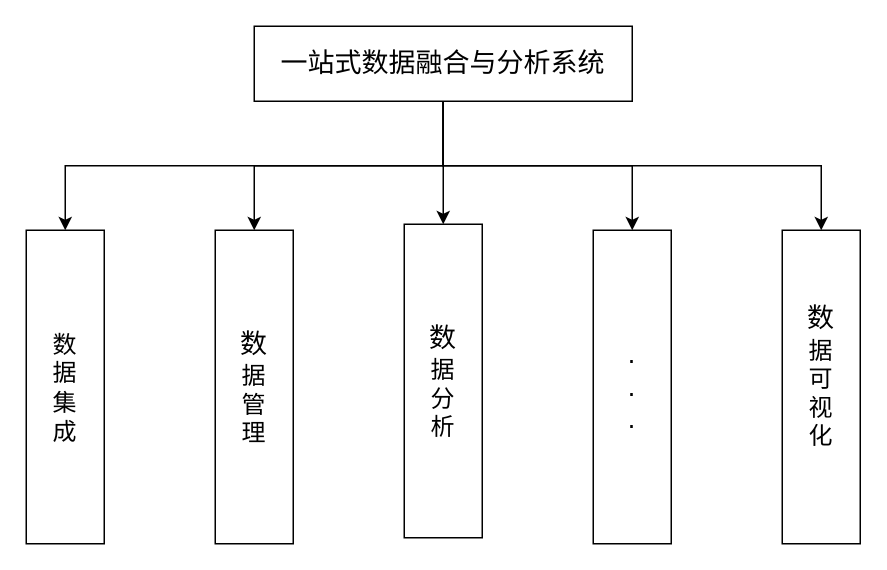
Earlier version of the draw.io diagram 一站式.drawio (nianqingdeguowang/python). Source tidied: cells renumbered, new cells numbered last; positions are measured from the earlier drawing's top-left corner, leaving out a move shared by most shapes. Both pictures are drawn from the tidied source at 150%, with x=0, y=0 at pixel (26, 26).
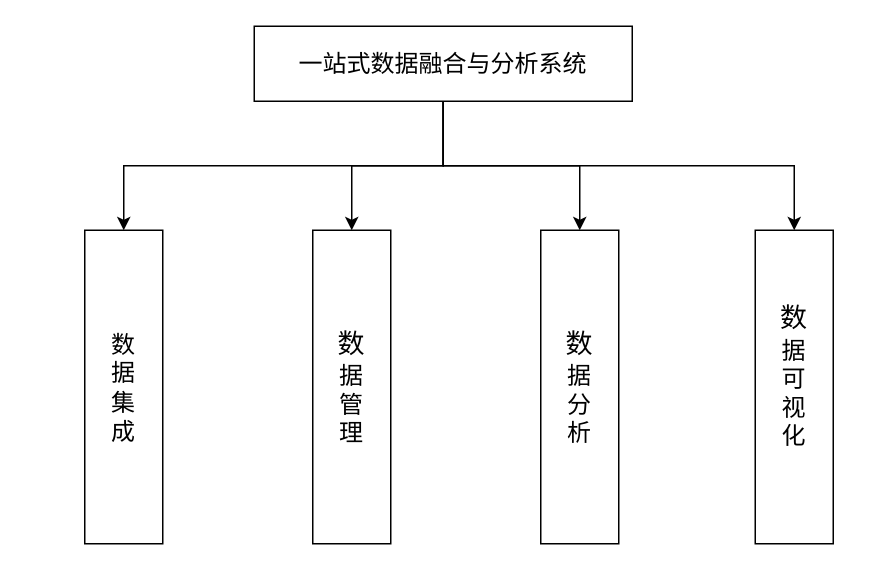
After the change.

Commit message:
更新一站式.drawio

Change to the diagram source:
```diff
@@
 <mxGraphModel>
   <root>
     <mxCell id="0" />
     <mxCell id="1" parent="0" />
     <mxCell id="2" style="edgeStyle=orthogonalEdgeStyle;rounded=0;jettySize=auto;html=1;exitX=0.5;exitY=1;exitDx=0;exitDy=0;" parent="1" edge="1" source="7" target="8">
       <mxGeometry relative="1" as="geometry" />
     </mxCell>
     <mxCell id="3" style="edgeStyle=orthogonalEdgeStyle;rounded=0;jettySize=auto;html=1;exitX=0.5;exitY=1;exitDx=0;exitDy=0;entryX=0.5;entryY=0;entryDx=0;entryDy=0;" parent="1" edge="1" source="7" target="10">
       <mxGeometry relative="1" as="geometry" />
     </mxCell>
     <mxCell id="4" style="edgeStyle=orthogonalEdgeStyle;rounded=0;jettySize=auto;html=1;exitX=0.5;exitY=1;exitDx=0;exitDy=0;" parent="1" edge="1" source="7" target="9">
       <mxGeometry relative="1" as="geometry" />
     </mxCell>
-    <mxCell id="5" style="edgeStyle=orthogonalEdgeStyle;rounded=0;jettySize=auto;html=1;exitX=0.5;exitY=1;exitDx=0;exitDy=0;entryX=0.5;entryY=0;entryDx=0;entryDy=0;" parent="1" edge="1" source="7" target="11">
-      <mxGeometry relative="1" as="geometry" />
-    </mxCell>
     <mxCell id="6" style="edgeStyle=orthogonalEdgeStyle;rounded=0;jettySize=auto;html=1;exitX=0.5;exitY=1;exitDx=0;exitDy=0;" parent="1" edge="1" source="7" target="12">
       <mxGeometry relative="1" as="geometry" />
     </mxCell>
-    <mxCell id="7" value="&lt;font style=&quot;font-size: 18px;&quot;&gt;一站式数据融合与分析系统&lt;/font&gt;" style="rounded=0;whiteSpace=wrap;html=1;" parent="1" vertex="1">
+    <mxCell id="7" value="&lt;font style=&quot;font-size: 16px;&quot;&gt;一站式数据融合与分析系统&lt;/font&gt;" style="rounded=0;whiteSpace=wrap;html=1;" parent="1" vertex="1">
       <mxGeometry x="152" width="252" height="50" as="geometry" />
     </mxCell>
     <mxCell id="8" value="&lt;font style=&quot;font-size: 16px;&quot;&gt;数&lt;br&gt;据&lt;br&gt;集&lt;br&gt;成&lt;/font&gt;" style="rounded=0;whiteSpace=wrap;html=1;" parent="1" vertex="1">
-      <mxGeometry y="136" width="52" height="209" as="geometry" />
+      <mxGeometry x="39" y="136" width="52" height="209" as="geometry" />
     </mxCell>
     <mxCell id="9" value="&lt;font style=&quot;&quot;&gt;&lt;span style=&quot;font-size: 18px;&quot;&gt;数&lt;/span&gt;&lt;br style=&quot;border-color: var(--border-color); font-size: 16px;&quot;&gt;&lt;span style=&quot;font-size: 16px;&quot;&gt;据&lt;/span&gt;&lt;br style=&quot;border-color: var(--border-color); font-size: 16px;&quot;&gt;&lt;span style=&quot;font-size: 16px;&quot;&gt;管&lt;/span&gt;&lt;br style=&quot;border-color: var(--border-color); font-size: 16px;&quot;&gt;&lt;span style=&quot;font-size: 16px;&quot;&gt;理&lt;/span&gt;&lt;br&gt;&lt;/font&gt;" style="rounded=0;whiteSpace=wrap;html=1;" parent="1" vertex="1">
-      <mxGeometry x="126" y="136" width="52" height="209" as="geometry" />
+      <mxGeometry x="191" y="136" width="52" height="209" as="geometry" />
     </mxCell>
     <mxCell id="10" value="&lt;font style=&quot;&quot;&gt;&lt;span style=&quot;font-size: 18px;&quot;&gt;数&lt;/span&gt;&lt;br style=&quot;border-color: var(--border-color); font-size: 16px;&quot;&gt;&lt;span style=&quot;font-size: 16px;&quot;&gt;据&lt;/span&gt;&lt;br style=&quot;border-color: var(--border-color); font-size: 16px;&quot;&gt;&lt;span style=&quot;font-size: 16px;&quot;&gt;分&lt;br&gt;析&lt;/span&gt;&lt;br&gt;&lt;/font&gt;" style="rounded=0;whiteSpace=wrap;html=1;" parent="1" vertex="1">
-      <mxGeometry x="252" y="132" width="52" height="209" as="geometry" />
+      <mxGeometry x="343" y="136" width="52" height="209" as="geometry" />
     </mxCell>
-    <mxCell id="11" value="&lt;font style=&quot;font-size: 18px;&quot;&gt;.&lt;br&gt;.&lt;br&gt;.&lt;br&gt;&lt;/font&gt;" style="rounded=0;whiteSpace=wrap;html=1;" parent="1" vertex="1">
-      <mxGeometry x="378" y="136" width="52" height="209" as="geometry" />
-    </mxCell>
     <mxCell id="12" value="&lt;font style=&quot;&quot;&gt;&lt;span style=&quot;font-size: 18px;&quot;&gt;数&lt;/span&gt;&lt;br style=&quot;border-color: var(--border-color); font-size: 16px;&quot;&gt;&lt;span style=&quot;font-size: 16px;&quot;&gt;据&lt;/span&gt;&lt;br style=&quot;border-color: var(--border-color); font-size: 16px;&quot;&gt;&lt;span style=&quot;font-size: 16px;&quot;&gt;可&lt;br&gt;视&lt;br&gt;化&lt;/span&gt;&lt;br style=&quot;border-color: var(--border-color); font-size: 16px;&quot;&gt;&lt;br&gt;&lt;/font&gt;" style="rounded=0;whiteSpace=wrap;html=1;" parent="1" vertex="1">
-      <mxGeometry x="504" y="136" width="52" height="209" as="geometry" />
+      <mxGeometry x="486" y="136" width="52" height="209" as="geometry" />
     </mxCell>
   </root>
 </mxGraphModel>
```
